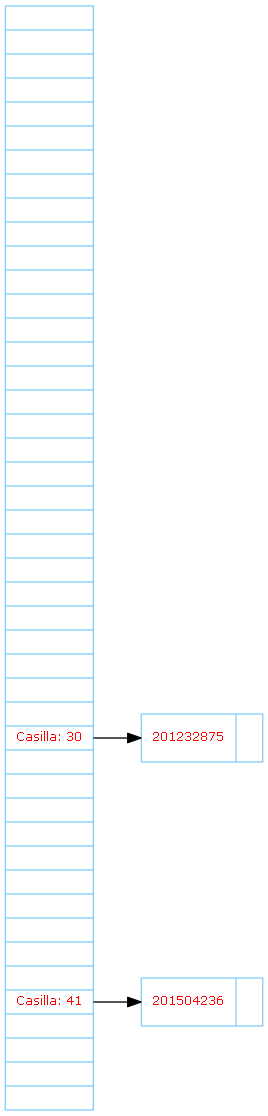
Above: Proyecto2/TablaDispersa.png in AdriGomez95/EDD_1S2020_PY2_201504236 (Graphviz), before the change. Its source is kept beside it as Proyecto2/TablaDispersa.dot.
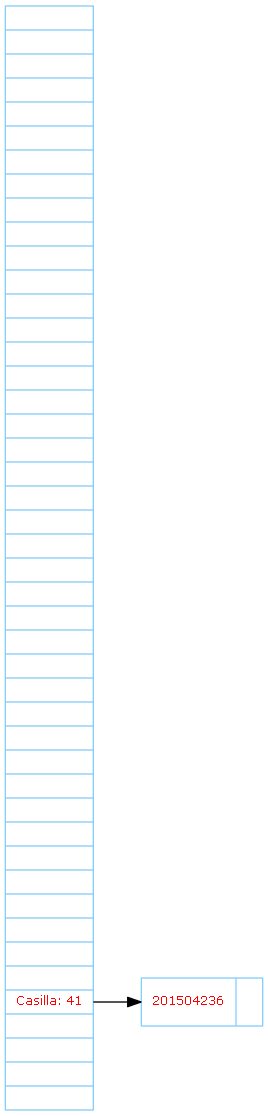
After the change.

Diff of the diagram source:
```diff
@@ -1,9 +1,7 @@
 digraph G{
  node[shape=record fontsize=9 fontcolor=red color= lightskyblue fontname = Verdana];
  rankdir=LR;
-nodeR[label="<p0>|<p1>|<p2>|<p3>|<p4>|<p5>|<p6>|<p7>|<p8>|<p9>|<p10>|<p11>|<p12>|<p13>|<p14>|<p15>|<p16>|<p17>|<p18>|<p19>|<p20>|<p21>|<p22>|<p23>|<p24>|<p25>|<p26>|<p27>|<p28>|<p29>|<p30>Casilla: 30|<p31>|<p32>|<p33>|<p34>|<p35>|<p36>|<p37>|<p38>|<p39>|<p40>|<p41>Casilla: 41|<p42>|<p43>|<p44>|"];
-node30[label="{<p0>201232875|}"];
-nodeR:p30->node30;
+nodeR[label="<p0>|<p1>|<p2>|<p3>|<p4>|<p5>|<p6>|<p7>|<p8>|<p9>|<p10>|<p11>|<p12>|<p13>|<p14>|<p15>|<p16>|<p17>|<p18>|<p19>|<p20>|<p21>|<p22>|<p23>|<p24>|<p25>|<p26>|<p27>|<p28>|<p29>|<p30>|<p31>|<p32>|<p33>|<p34>|<p35>|<p36>|<p37>|<p38>|<p39>|<p40>|<p41>Casilla: 41|<p42>|<p43>|<p44>|"];
 node41[label="{<p0>201504236|}"];
 nodeR:p41->node41;
 
```
